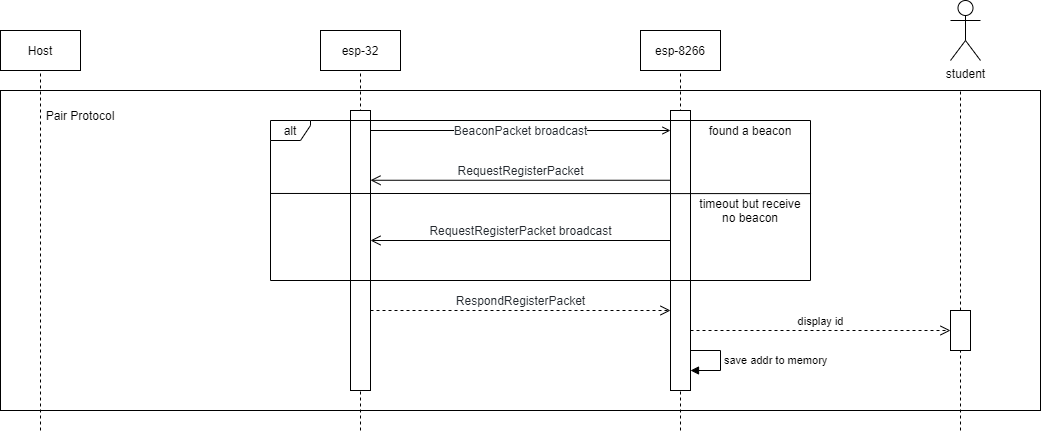
Earlier version of the draw.io export ServerClientProtocol.png (Viquiz/ServerClientProtocol). Source tidied: cells renumbered, new cells last; positions are measured from the earlier drawing's top-left corner, leaving out a move shared by most shapes.
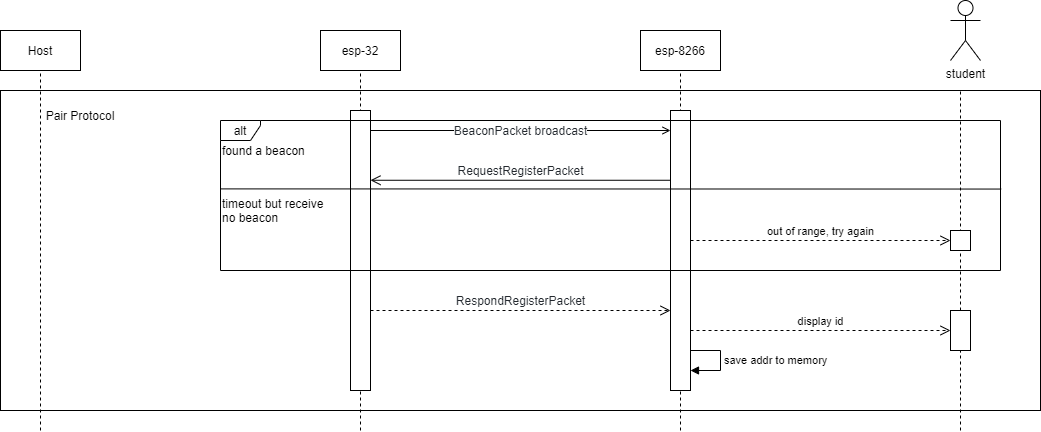
After the commit.

What changed in the source:
```diff
@@ -81,18 +81,6 @@
     <mxCell id="19" value="Pair Protocol" style="text;html=1;strokeColor=none;fillColor=none;align=center;verticalAlign=middle;whiteSpace=wrap;rounded=0;" parent="1" vertex="1">
       <mxGeometry y="90" width="160" height="50" as="geometry" />
     </mxCell>
-    <mxCell id="20" value="timeout but receive no beacon" style="text;html=1;strokeColor=none;fillColor=none;align=center;verticalAlign=middle;whiteSpace=wrap;rounded=0;" parent="1" vertex="1">
-      <mxGeometry x="690" y="200" width="120" height="20" as="geometry" />
-    </mxCell>
-    <mxCell id="21" value="found a beacon" style="text;html=1;strokeColor=none;fillColor=none;align=center;verticalAlign=middle;whiteSpace=wrap;rounded=0;" parent="1" vertex="1">
-      <mxGeometry x="690" y="120" width="120" height="20" as="geometry" />
-    </mxCell>
-    <mxCell id="22" value="&lt;span style=&quot;color: rgb(36 , 41 , 47) ; font-family: , , &amp;#34;sf mono&amp;#34; , &amp;#34;menlo&amp;#34; , &amp;#34;consolas&amp;#34; , &amp;#34;liberation mono&amp;#34; , monospace ; font-size: 12px&quot;&gt;RequestRegisterPacket broadcast&lt;/span&gt;" style="html=1;verticalAlign=bottom;endArrow=open;endSize=8;" parent="1" edge="1">
-      <mxGeometry relative="1" as="geometry">
-        <mxPoint x="670" y="240" as="sourcePoint" />
-        <mxPoint x="370" y="240" as="targetPoint" />
-      </mxGeometry>
-    </mxCell>
     <mxCell id="23" style="rounded=0;whiteSpace=wrap;html=1;" parent="1" vertex="1">
       <mxGeometry x="950" y="310" width="20" height="40" as="geometry" />
     </mxCell>
@@ -101,8 +89,22 @@
         <mxPoint x="960" y="430" as="sourcePoint" />
       </mxGeometry>
     </mxCell>
+    <mxCell id="26" value="out of range, try again" style="html=1;verticalAlign=bottom;endArrow=open;dashed=1;endSize=8;entryX=0;entryY=0.5;entryDx=0;entryDy=0;" parent="1" edge="1" target="27">
+      <mxGeometry relative="1" as="geometry">
+        <mxPoint x="690" y="240" as="sourcePoint" />
+      </mxGeometry>
+    </mxCell>
+    <mxCell id="27" style="rounded=0;whiteSpace=wrap;html=1;" parent="1" vertex="1">
+      <mxGeometry x="950" y="230" width="20" height="20" as="geometry" />
+    </mxCell>
+    <mxCell id="20" value="timeout but receive no beacon" style="text;html=1;strokeColor=none;fillColor=none;align=left;verticalAlign=middle;whiteSpace=wrap;rounded=0;" parent="1" vertex="1">
+      <mxGeometry x="220" y="200" width="120" height="20" as="geometry" />
+    </mxCell>
     <mxCell id="25" value="alt" style="shape=umlFrame;whiteSpace=wrap;html=1;width=40;height=20;" parent="1" vertex="1">
-      <mxGeometry x="270" y="120" width="540" height="160" as="geometry" />
+      <mxGeometry x="220" y="120" width="780" height="150" as="geometry" />
     </mxCell>
+    <mxCell id="21" value="found a beacon" style="text;html=1;strokeColor=none;fillColor=none;align=left;verticalAlign=middle;whiteSpace=wrap;rounded=0;" parent="1" vertex="1">
+      <mxGeometry x="220" y="140" width="120" height="20" as="geometry" />
+    </mxCell>
   </root>
 </mxGraphModel>
```
